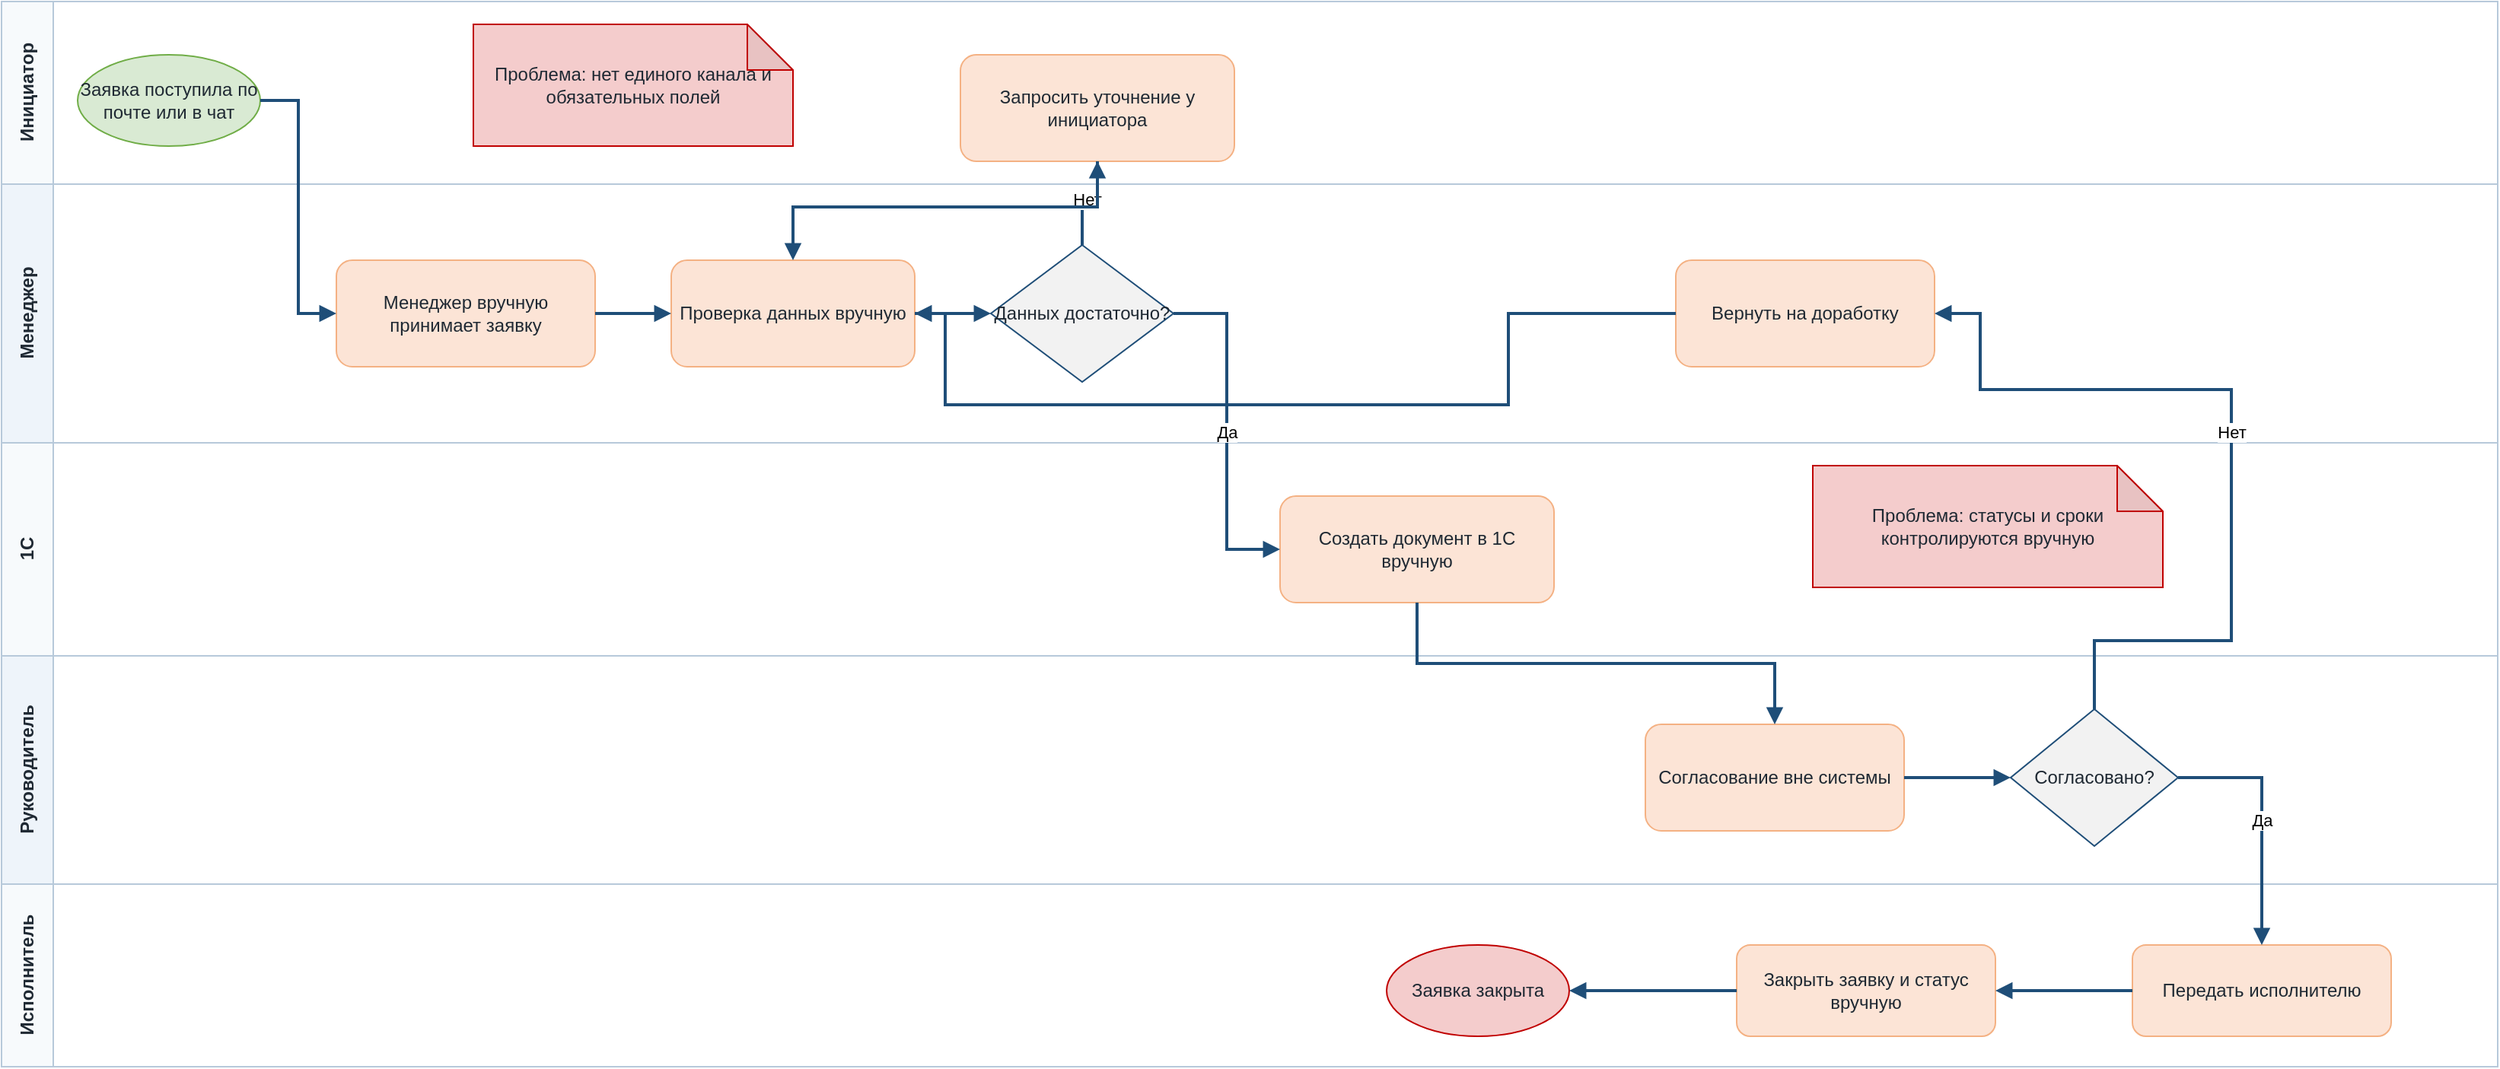
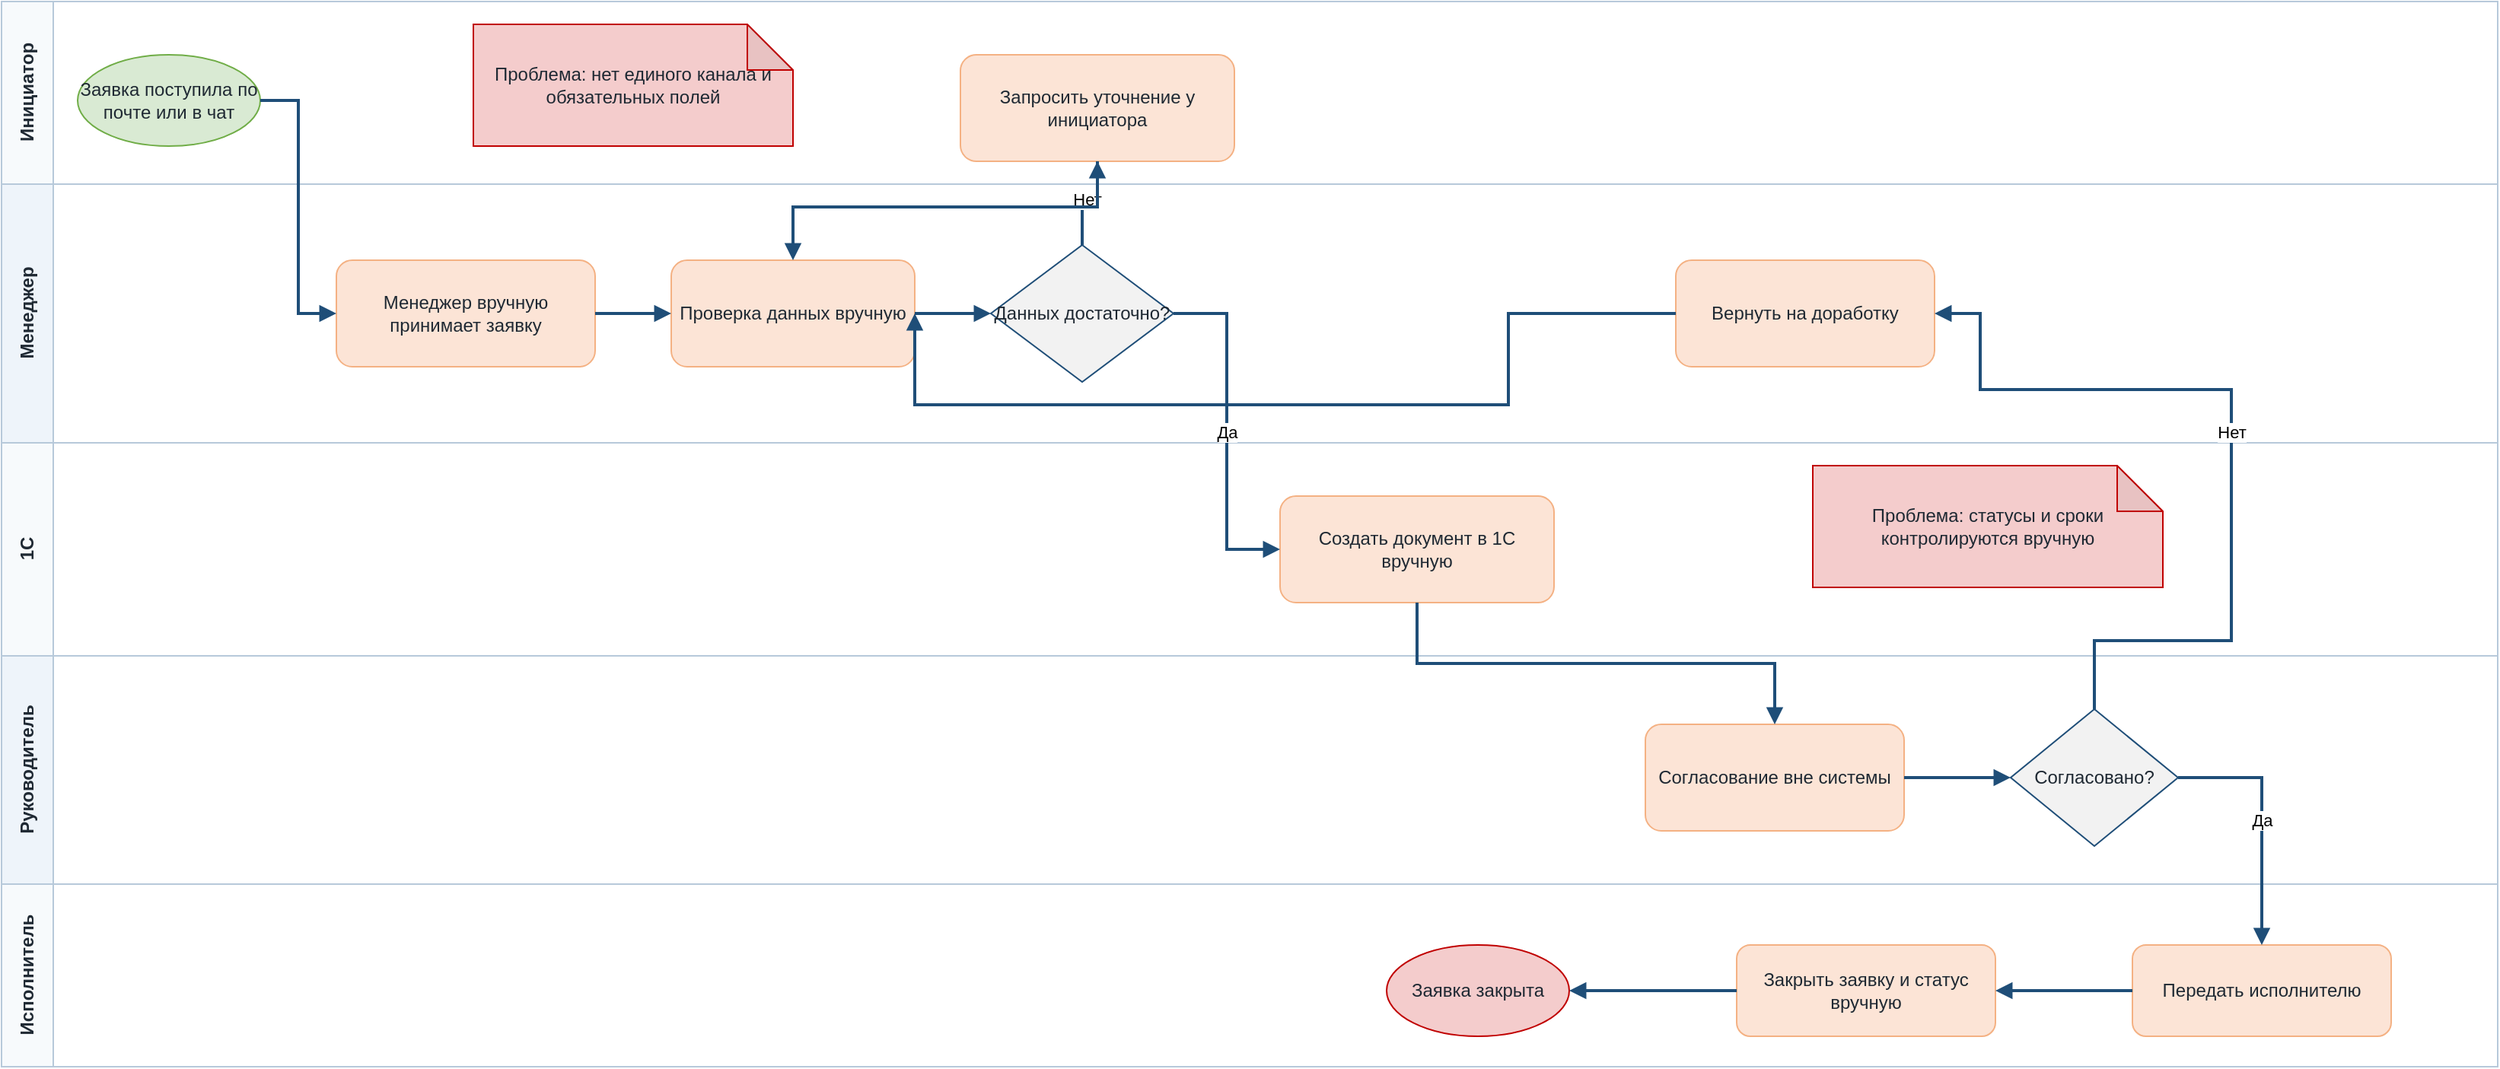
<?xml version="1.0" encoding="UTF-8"?>
<mxfile host="app.diagrams.net" modified="2026-06-25T00:00:00.000Z" agent="Codex" version="24.7.17" type="device">
-   <diagram id="as-is-процесс" name="AS-IS процесс">
+   <diagram id="текущий-процесс" name="Текущий процесс">
    <mxGraphModel dx="1600" dy="900" grid="1" gridSize="10" guides="1" tooltips="1" connect="1" arrows="1" fold="1" page="1" pageScale="1" pageWidth="1680" pageHeight="820" math="0" shadow="0">
      <root>
        <mxCell id="0" />
        <mxCell id="1" parent="0" />
    <mxCell id="lane-client" value="Инициатор" style="swimlane;html=1;horizontal=0;startSize=34;fillColor=#F7FAFC;strokeColor=#B7C9DA;fontColor=#1F2933;fontStyle=1;" vertex="1" parent="1">
      <mxGeometry x="20" y="80" width="1640" height="120" as="geometry" />
    </mxCell>
    <mxCell id="lane-manager" value="Менеджер" style="swimlane;html=1;horizontal=0;startSize=34;fillColor=#EEF4FA;strokeColor=#B7C9DA;fontColor=#1F2933;fontStyle=1;" vertex="1" parent="1">
      <mxGeometry x="20" y="200" width="1640" height="170" as="geometry" />
    </mxCell>
    <mxCell id="lane-1c" value="1С" style="swimlane;html=1;horizontal=0;startSize=34;fillColor=#F7FAFC;strokeColor=#B7C9DA;fontColor=#1F2933;fontStyle=1;" vertex="1" parent="1">
      <mxGeometry x="20" y="370" width="1640" height="140" as="geometry" />
    </mxCell>
    <mxCell id="lane-head" value="Руководитель" style="swimlane;html=1;horizontal=0;startSize=34;fillColor=#EEF4FA;strokeColor=#B7C9DA;fontColor=#1F2933;fontStyle=1;" vertex="1" parent="1">
      <mxGeometry x="20" y="510" width="1640" height="150" as="geometry" />
    </mxCell>
    <mxCell id="lane-exec" value="Исполнитель" style="swimlane;html=1;horizontal=0;startSize=34;fillColor=#F7FAFC;strokeColor=#B7C9DA;fontColor=#1F2933;fontStyle=1;" vertex="1" parent="1">
      <mxGeometry x="20" y="660" width="1640" height="120" as="geometry" />
    </mxCell>
    <mxCell id="as-start" value="Заявка поступила по почте или в чат" style="ellipse;whiteSpace=wrap;html=1;fillColor=#D9EAD3;strokeColor=#70AD47;fontColor=#1F2933;" vertex="1" parent="1">
      <mxGeometry x="70" y="115" width="120" height="60" as="geometry" />
    </mxCell>
    <mxCell id="as-receive" value="Менеджер вручную принимает заявку" style="rounded=1;whiteSpace=wrap;html=1;fillColor=#FCE4D6;strokeColor=#F4B183;fontColor=#1F2933;" vertex="1" parent="1">
      <mxGeometry x="240" y="250" width="170" height="70" as="geometry" />
    </mxCell>
    <mxCell id="as-check" value="Проверка данных вручную" style="rounded=1;whiteSpace=wrap;html=1;fillColor=#FCE4D6;strokeColor=#F4B183;fontColor=#1F2933;" vertex="1" parent="1">
      <mxGeometry x="460" y="250" width="160" height="70" as="geometry" />
    </mxCell>
    <mxCell id="as-gateway-data" value="Данных достаточно?" style="rhombus;whiteSpace=wrap;html=1;fillColor=#F2F2F2;strokeColor=#1F4E78;fontColor=#1F2933;" vertex="1" parent="1">
      <mxGeometry x="670" y="240" width="120" height="90" as="geometry" />
    </mxCell>
    <mxCell id="as-clarify" value="Запросить уточнение у инициатора" style="rounded=1;whiteSpace=wrap;html=1;fillColor=#FCE4D6;strokeColor=#F4B183;fontColor=#1F2933;" vertex="1" parent="1">
      <mxGeometry x="650" y="115" width="180" height="70" as="geometry" />
    </mxCell>
    <mxCell id="as-create-1c" value="Создать документ в 1С вручную" style="rounded=1;whiteSpace=wrap;html=1;fillColor=#FCE4D6;strokeColor=#F4B183;fontColor=#1F2933;" vertex="1" parent="1">
      <mxGeometry x="860" y="405" width="180" height="70" as="geometry" />
    </mxCell>
    <mxCell id="as-approve" value="Согласование вне системы" style="rounded=1;whiteSpace=wrap;html=1;fillColor=#FCE4D6;strokeColor=#F4B183;fontColor=#1F2933;" vertex="1" parent="1">
      <mxGeometry x="1100" y="555" width="170" height="70" as="geometry" />
    </mxCell>
    <mxCell id="as-gateway-approve" value="Согласовано?" style="rhombus;whiteSpace=wrap;html=1;fillColor=#F2F2F2;strokeColor=#1F4E78;fontColor=#1F2933;" vertex="1" parent="1">
      <mxGeometry x="1340" y="545" width="110" height="90" as="geometry" />
    </mxCell>
    <mxCell id="as-rework" value="Вернуть на доработку" style="rounded=1;whiteSpace=wrap;html=1;fillColor=#FCE4D6;strokeColor=#F4B183;fontColor=#1F2933;" vertex="1" parent="1">
      <mxGeometry x="1120" y="250" width="170" height="70" as="geometry" />
    </mxCell>
    <mxCell id="as-execute" value="Передать исполнителю" style="rounded=1;whiteSpace=wrap;html=1;fillColor=#FCE4D6;strokeColor=#F4B183;fontColor=#1F2933;" vertex="1" parent="1">
      <mxGeometry x="1420" y="700" width="170" height="60" as="geometry" />
    </mxCell>
    <mxCell id="as-close" value="Закрыть заявку и статус вручную" style="rounded=1;whiteSpace=wrap;html=1;fillColor=#FCE4D6;strokeColor=#F4B183;fontColor=#1F2933;" vertex="1" parent="1">
      <mxGeometry x="1160" y="700" width="170" height="60" as="geometry" />
    </mxCell>
    <mxCell id="as-end" value="Заявка закрыта" style="ellipse;whiteSpace=wrap;html=1;fillColor=#F4CCCC;strokeColor=#C00000;fontColor=#1F2933;" vertex="1" parent="1">
      <mxGeometry x="930" y="700" width="120" height="60" as="geometry" />
    </mxCell>
    <mxCell id="as-note-1" value="Проблема: нет единого канала и обязательных полей" style="shape=note;whiteSpace=wrap;html=1;backgroundOutline=1;darkOpacity=0.05;fillColor=#F4CCCC;strokeColor=#C00000;fontColor=#1F2933;" vertex="1" parent="1">
      <mxGeometry x="330" y="95" width="210" height="80" as="geometry" />
    </mxCell>
    <mxCell id="as-note-2" value="Проблема: статусы и сроки контролируются вручную" style="shape=note;whiteSpace=wrap;html=1;backgroundOutline=1;darkOpacity=0.05;fillColor=#F4CCCC;strokeColor=#C00000;fontColor=#1F2933;" vertex="1" parent="1">
      <mxGeometry x="1210" y="385" width="230" height="80" as="geometry" />
    </mxCell>
    <mxCell id="e1" value="" style="edgeStyle=orthogonalEdgeStyle;rounded=0;orthogonalLoop=1;jettySize=auto;html=1;exitX=1;exitY=0.5;entryX=0;entryY=0.5;strokeColor=#1F4E78;strokeWidth=2;endArrow=block;endFill=1;" edge="1" parent="1" source="as-start" target="as-receive">
      <mxGeometry relative="1" as="geometry">
        <Array as="points">
          <mxPoint x="215" y="145" />
          <mxPoint x="215" y="285" />
        </Array>
      </mxGeometry>
    </mxCell>
    <mxCell id="e2" value="" style="edgeStyle=orthogonalEdgeStyle;rounded=0;orthogonalLoop=1;jettySize=auto;html=1;exitX=1;exitY=0.5;entryX=0;entryY=0.5;strokeColor=#1F4E78;strokeWidth=2;endArrow=block;endFill=1;" edge="1" parent="1" source="as-receive" target="as-check">
      <mxGeometry relative="1" as="geometry">
      </mxGeometry>
    </mxCell>
    <mxCell id="e3" value="" style="edgeStyle=orthogonalEdgeStyle;rounded=0;orthogonalLoop=1;jettySize=auto;html=1;exitX=1;exitY=0.5;entryX=0;entryY=0.5;strokeColor=#1F4E78;strokeWidth=2;endArrow=block;endFill=1;" edge="1" parent="1" source="as-check" target="as-gateway-data">
      <mxGeometry relative="1" as="geometry">
      </mxGeometry>
    </mxCell>
    <mxCell id="e4" value="Нет" style="edgeStyle=orthogonalEdgeStyle;rounded=0;orthogonalLoop=1;jettySize=auto;html=1;exitX=0.5;exitY=0;entryX=0.5;entryY=1;strokeColor=#1F4E78;strokeWidth=2;endArrow=block;endFill=1;" edge="1" parent="1" source="as-gateway-data" target="as-clarify">
      <mxGeometry relative="1" as="geometry">
        <Array as="points">
          <mxPoint x="730" y="210" />
          <mxPoint x="740" y="210" />
        </Array>
      </mxGeometry>
    </mxCell>
    <mxCell id="e5" value="" style="edgeStyle=orthogonalEdgeStyle;rounded=0;orthogonalLoop=1;jettySize=auto;html=1;exitX=0.5;exitY=1;entryX=0.5;entryY=0;strokeColor=#1F4E78;strokeWidth=2;endArrow=block;endFill=1;" edge="1" parent="1" source="as-clarify" target="as-check">
      <mxGeometry relative="1" as="geometry">
        <Array as="points">
          <mxPoint x="740" y="215" />
          <mxPoint x="540" y="215" />
        </Array>
      </mxGeometry>
    </mxCell>
    <mxCell id="e6" value="Да" style="edgeStyle=orthogonalEdgeStyle;rounded=0;orthogonalLoop=1;jettySize=auto;html=1;exitX=1;exitY=0.5;entryX=0;entryY=0.5;strokeColor=#1F4E78;strokeWidth=2;endArrow=block;endFill=1;" edge="1" parent="1" source="as-gateway-data" target="as-create-1c">
      <mxGeometry relative="1" as="geometry">
        <Array as="points">
          <mxPoint x="825" y="285" />
          <mxPoint x="825" y="440" />
        </Array>
      </mxGeometry>
    </mxCell>
    <mxCell id="e7" value="" style="edgeStyle=orthogonalEdgeStyle;rounded=0;orthogonalLoop=1;jettySize=auto;html=1;exitX=0.5;exitY=1;entryX=0.5;entryY=0;strokeColor=#1F4E78;strokeWidth=2;endArrow=block;endFill=1;" edge="1" parent="1" source="as-create-1c" target="as-approve">
      <mxGeometry relative="1" as="geometry">
        <Array as="points">
          <mxPoint x="950" y="515" />
          <mxPoint x="1185" y="515" />
        </Array>
      </mxGeometry>
    </mxCell>
    <mxCell id="e8" value="" style="edgeStyle=orthogonalEdgeStyle;rounded=0;orthogonalLoop=1;jettySize=auto;html=1;exitX=1;exitY=0.5;entryX=0;entryY=0.5;strokeColor=#1F4E78;strokeWidth=2;endArrow=block;endFill=1;" edge="1" parent="1" source="as-approve" target="as-gateway-approve">
      <mxGeometry relative="1" as="geometry">
      </mxGeometry>
    </mxCell>
    <mxCell id="e9" value="Нет" style="edgeStyle=orthogonalEdgeStyle;rounded=0;orthogonalLoop=1;jettySize=auto;html=1;exitX=0.5;exitY=0;entryX=1;entryY=0.5;strokeColor=#1F4E78;strokeWidth=2;endArrow=block;endFill=1;" edge="1" parent="1" source="as-gateway-approve" target="as-rework">
      <mxGeometry relative="1" as="geometry">
        <Array as="points">
          <mxPoint x="1395" y="500" />
          <mxPoint x="1485" y="500" />
          <mxPoint x="1485" y="335" />
          <mxPoint x="1320" y="335" />
          <mxPoint x="1320" y="285" />
        </Array>
      </mxGeometry>
    </mxCell>
    <mxCell id="e10" value="" style="edgeStyle=orthogonalEdgeStyle;rounded=0;orthogonalLoop=1;jettySize=auto;html=1;exitX=0;exitY=0.5;entryX=1;entryY=0.5;strokeColor=#1F4E78;strokeWidth=2;endArrow=block;endFill=1;" edge="1" parent="1" source="as-rework" target="as-check">
      <mxGeometry relative="1" as="geometry">
        <Array as="points">
          <mxPoint x="1010" y="285" />
          <mxPoint x="1010" y="345" />
-           <mxPoint x="640" y="345" />
+           <mxPoint x="620" y="345" />
        </Array>
      </mxGeometry>
    </mxCell>
    <mxCell id="e11" value="Да" style="edgeStyle=orthogonalEdgeStyle;rounded=0;orthogonalLoop=1;jettySize=auto;html=1;exitX=1;exitY=0.5;entryX=0.5;entryY=0;strokeColor=#1F4E78;strokeWidth=2;endArrow=block;endFill=1;" edge="1" parent="1" source="as-gateway-approve" target="as-execute">
      <mxGeometry relative="1" as="geometry">
        <Array as="points">
          <mxPoint x="1505" y="590" />
          <mxPoint x="1505" y="680" />
        </Array>
      </mxGeometry>
    </mxCell>
    <mxCell id="e12" value="" style="edgeStyle=orthogonalEdgeStyle;rounded=0;orthogonalLoop=1;jettySize=auto;html=1;exitX=0;exitY=0.5;entryX=1;entryY=0.5;strokeColor=#1F4E78;strokeWidth=2;endArrow=block;endFill=1;" edge="1" parent="1" source="as-execute" target="as-close">
      <mxGeometry relative="1" as="geometry">
      </mxGeometry>
    </mxCell>
    <mxCell id="e13" value="" style="edgeStyle=orthogonalEdgeStyle;rounded=0;orthogonalLoop=1;jettySize=auto;html=1;exitX=0;exitY=0.5;entryX=1;entryY=0.5;strokeColor=#1F4E78;strokeWidth=2;endArrow=block;endFill=1;" edge="1" parent="1" source="as-close" target="as-end">
      <mxGeometry relative="1" as="geometry">
      </mxGeometry>
    </mxCell>
      </root>
    </mxGraphModel>
  </diagram>
</mxfile>
